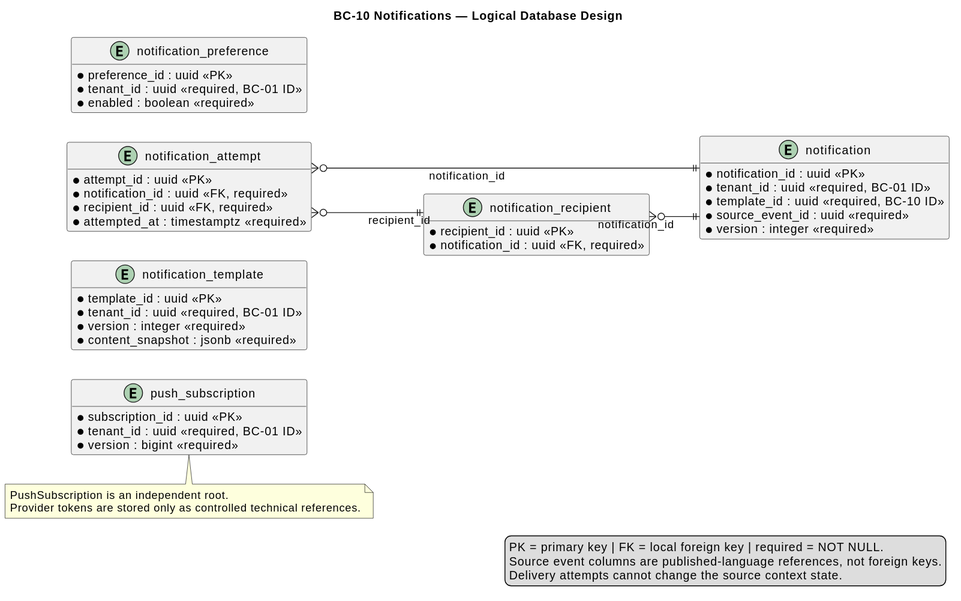
The PlantUML diagram report/assets/chapter-2/tactical/BC-10/database-diagram.svg in nexa-suite/mobile-report, before a commit.
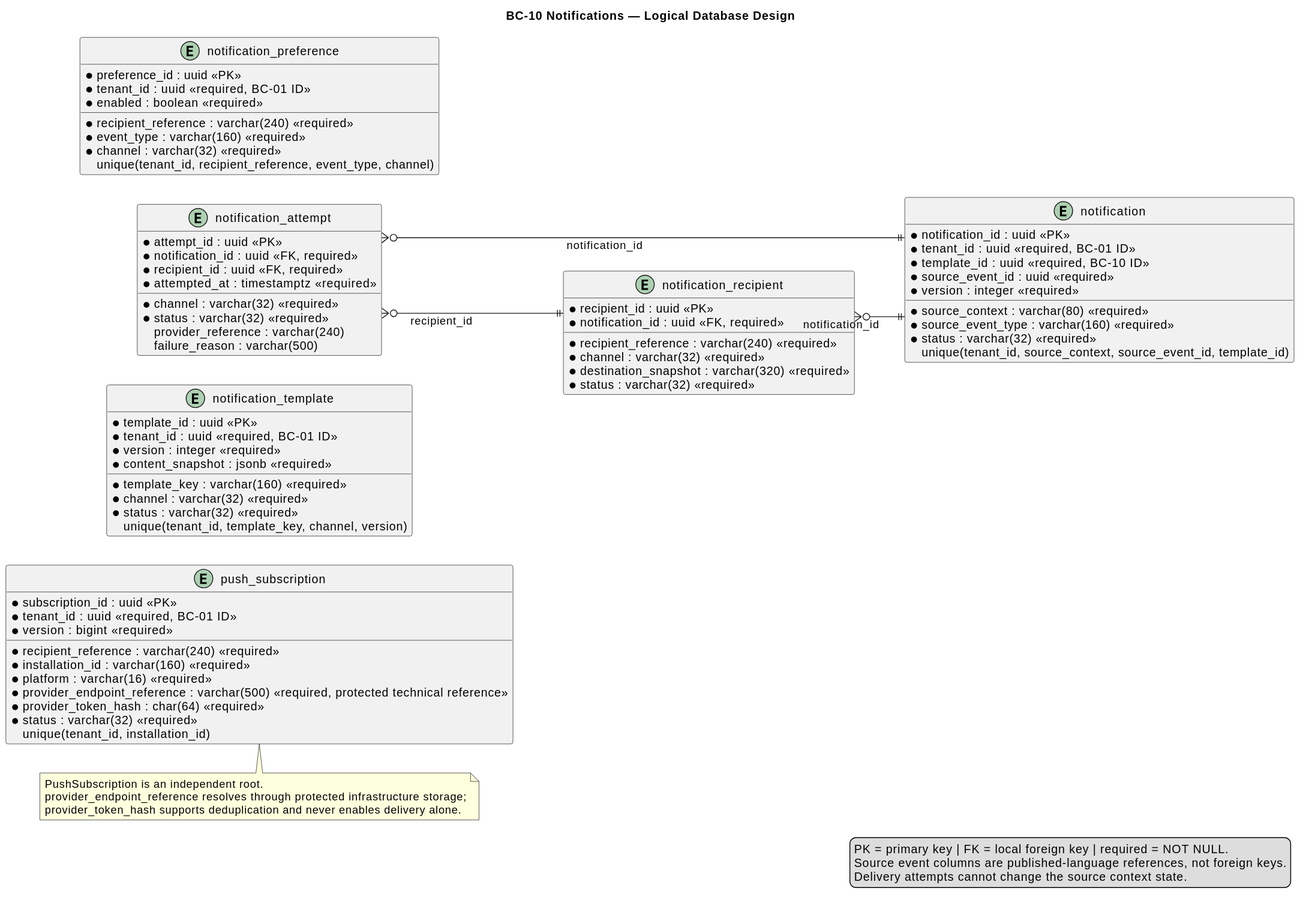
Above is the later version.

Change to the diagram source:
```diff
@@ -1,7 +1,6 @@
 @startuml
 title BC-10 Notifications — Logical Database Design
 left to right direction
-hide methods
 skinparam shadowing false
 skinparam linetype ortho
 skinparam entity {
@@ -18,6 +17,7 @@
   * version : integer <<required>>
   * content_snapshot : jsonb <<required>>
   * status : varchar(32) <<required>>
+    unique(tenant_id, template_key, channel, version)
 }
 
 entity "notification" as notification {
@@ -29,6 +29,7 @@
   * source_event_type : varchar(160) <<required>>
   * status : varchar(32) <<required>>
   * version : integer <<required>>
+    unique(tenant_id, source_context, source_event_id, template_id)
 }
 
 entity "notification_recipient" as notification_recipient {
@@ -67,9 +68,11 @@
   * recipient_reference : varchar(240) <<required>>
   * installation_id : varchar(160) <<required>>
   * platform : varchar(16) <<required>>
+  * provider_endpoint_reference : varchar(500) <<required, protected technical reference>>
   * provider_token_hash : char(64) <<required>>
   * status : varchar(32) <<required>>
   * version : bigint <<required>>
+    unique(tenant_id, installation_id)
 }
 
 notification_recipient }o--|| notification : notification_id
@@ -78,7 +81,8 @@
 
 note bottom of push_subscription
 PushSubscription is an independent root.
-Provider tokens are stored only as controlled technical references.
+provider_endpoint_reference resolves through protected infrastructure storage;
+provider_token_hash supports deduplication and never enables delivery alone.
 end note
 
 legend right
```
